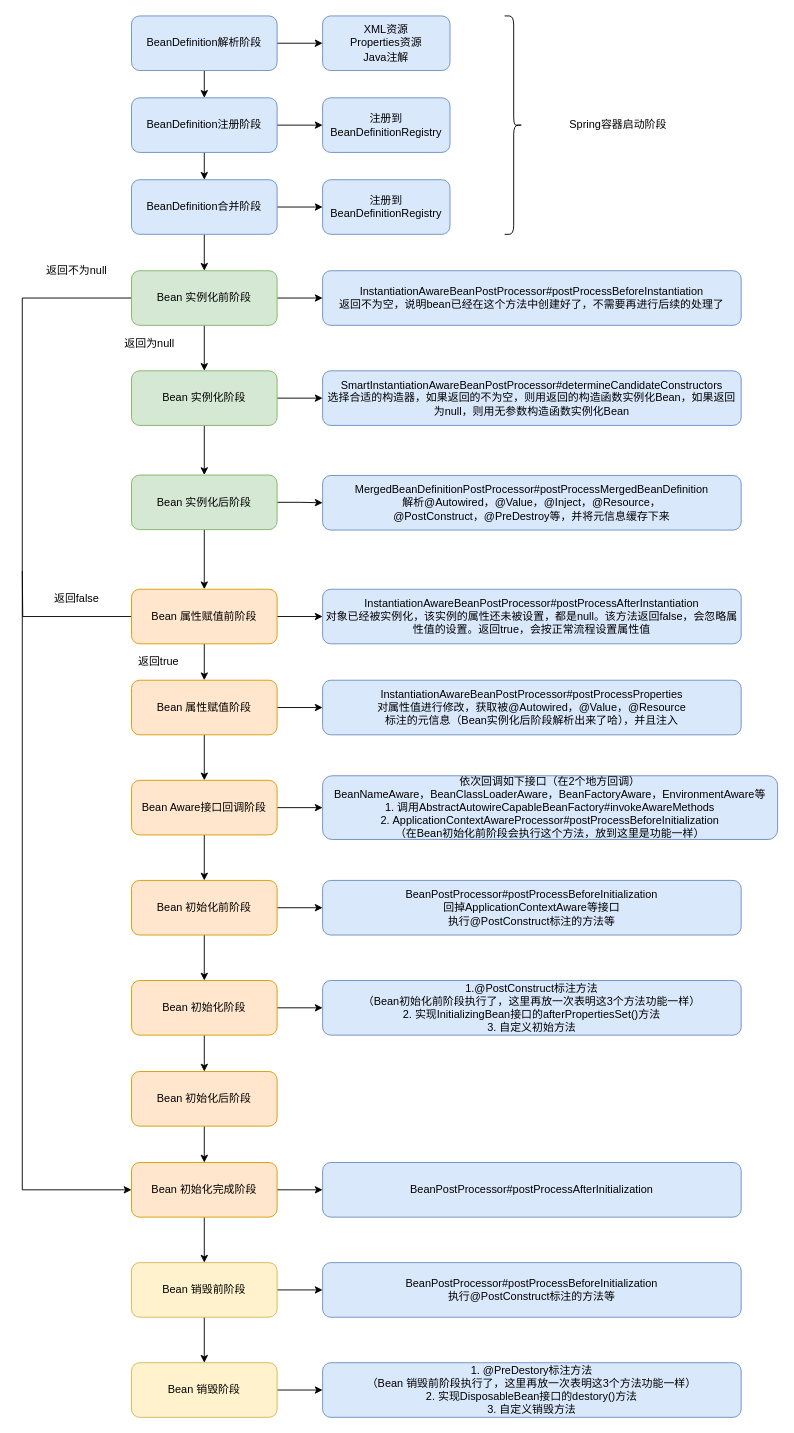
This is spring/bean生命周期.drawio from erlieStar/diagrams, a draw.io file, before an edit. Source tidied: cells renumbered, new cells numbered last; positions are measured from the earlier drawing's top-left corner, leaving out a move shared by most shapes. Both pictures are drawn from the tidied source at 91%, with x=0, y=0 at pixel (22, 15).
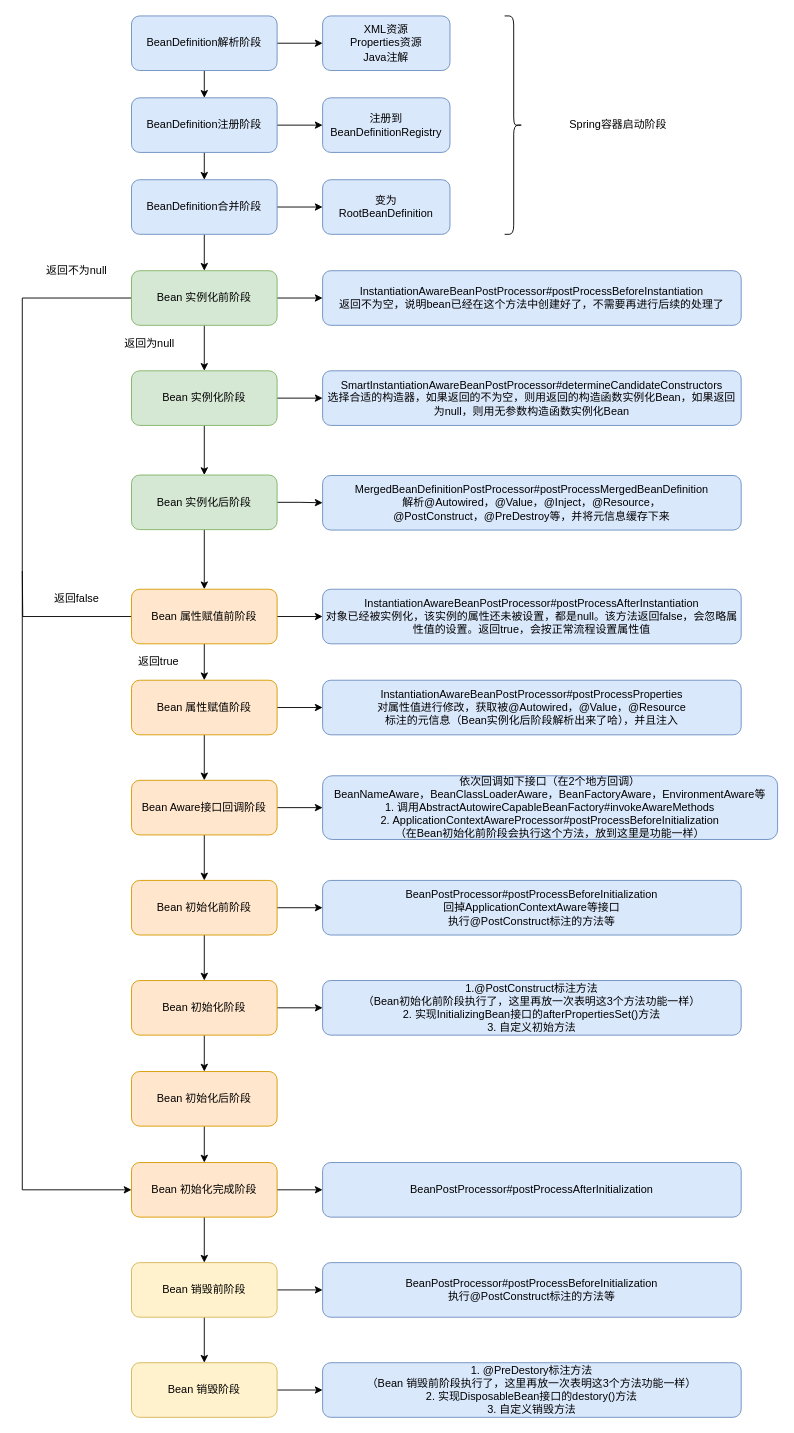
The same page after the edit.

Change to the diagram source:
```diff
@@
-    <mxCell id="53" value="注册到BeanDefinitionRegistry" style="rounded=1;whiteSpace=wrap;html=1;fillColor=#dae8fc;strokeColor=#6c8ebf;" parent="1" vertex="1">
+    <mxCell id="53" value="变为&lt;br&gt;&lt;span style=&quot;box-sizing: border-box ; outline: 0px ; overflow-wrap: break-word&quot;&gt;RootBeanDefinition&lt;/span&gt;" style="rounded=1;whiteSpace=wrap;html=1;fillColor=#dae8fc;strokeColor=#6c8ebf;" parent="1" vertex="1">
       <mxGeometry x="330" y="180" width="140" height="60" as="geometry" />
     </mxCell>
```
